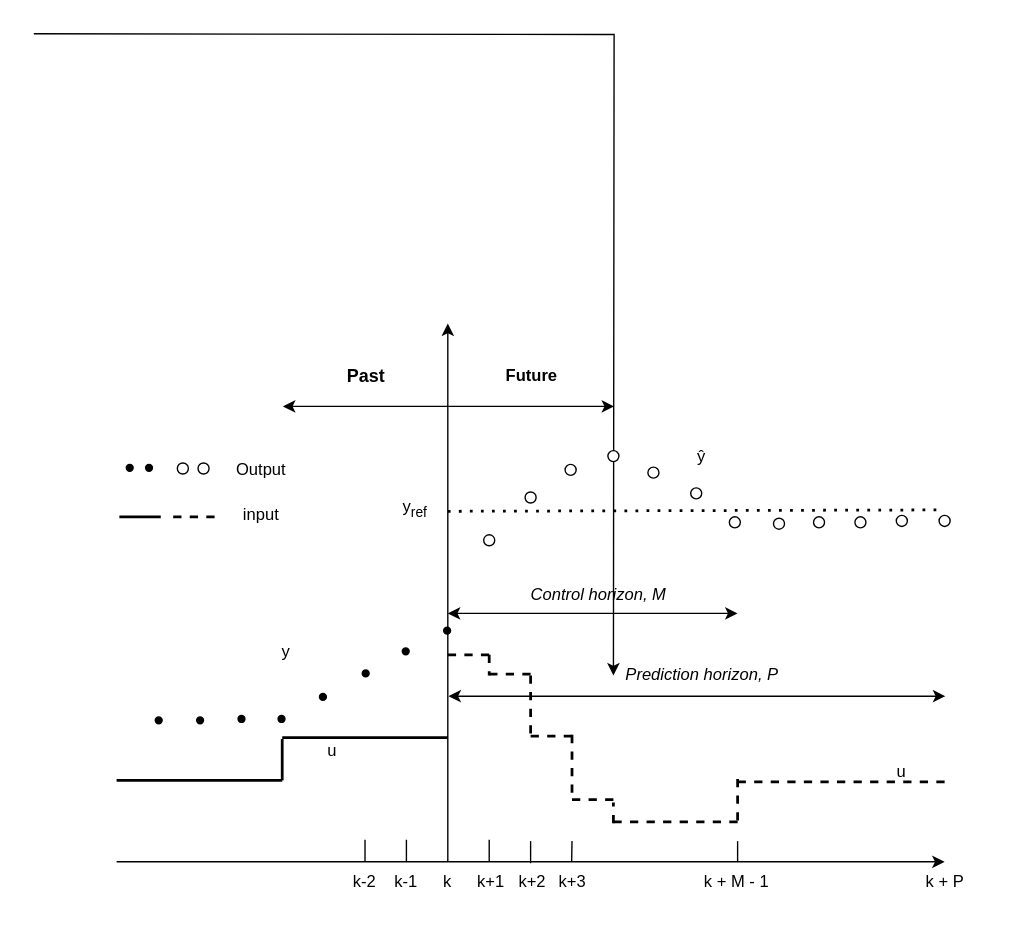
The draw.io diagram fig/mpc_principle.drawio in gotvinne/Light-weight-MPC, before the edit. Source tidied: cells renumbered, new cells numbered last; positions are measured from the earlier drawing's top-left corner, leaving out a move shared by most shapes. Both pictures are drawn from the tidied source at 138%, with x=0, y=0 at pixel (33, 33).
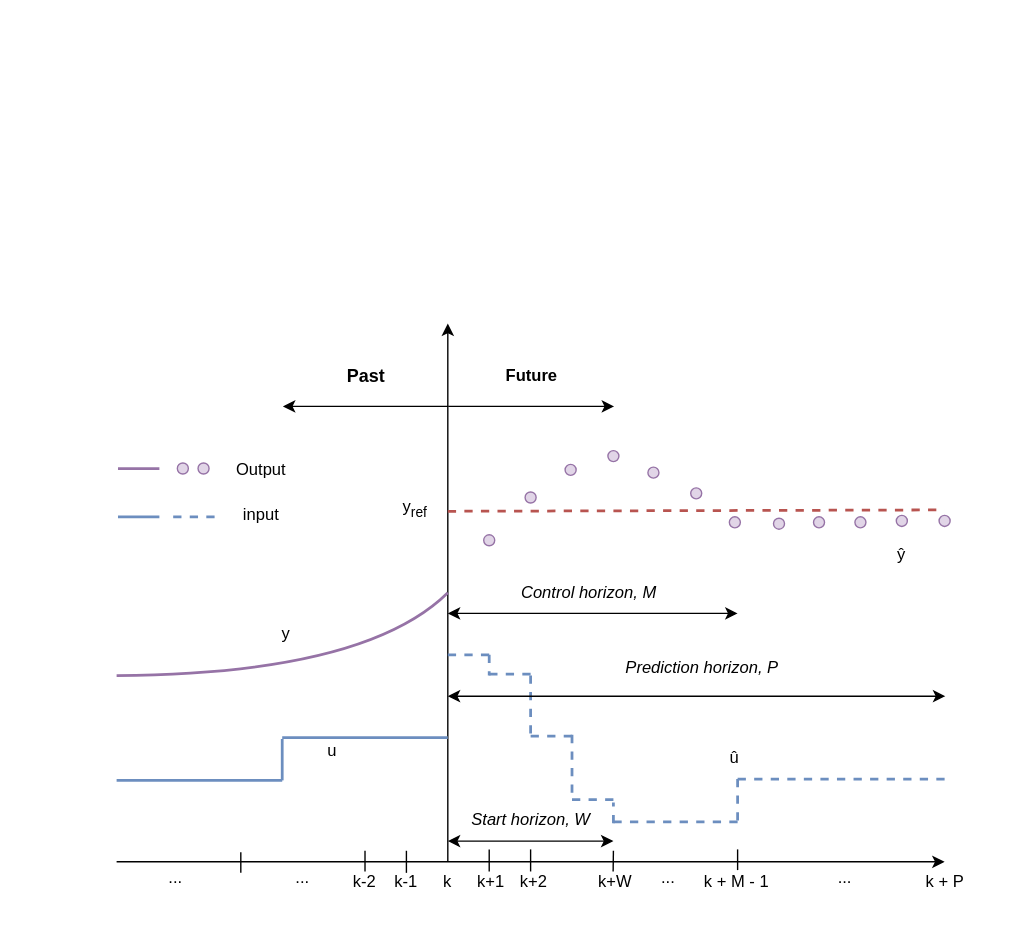
The same diagram, later.

Change to the diagram source:
```diff
@@
     <mxCell id="6" value="k+2" style="text;html=1;align=center;verticalAlign=middle;strokeColor=none;fillColor=none;" parent="1" vertex="1">
-      <mxGeometry x="338" y="600" width="45" height="30" as="geometry" />
+      <mxGeometry x="339" y="600" width="45" height="30" as="geometry" />
     </mxCell>
-    <mxCell id="7" value="k+3" style="text;html=1;align=center;verticalAlign=middle;points=[];strokeColor=none;fillColor=none;" parent="1" vertex="1">
-      <mxGeometry x="367" y="600" width="45" height="30" as="geometry" />
+    <mxCell id="7" value="k+W" style="text;html=1;align=center;verticalAlign=middle;points=[];strokeColor=none;fillColor=none;" parent="1" vertex="1">
+      <mxGeometry x="390.5" y="600" width="60" height="30" as="geometry" />
     </mxCell>
@@
     <mxCell id="10" style="endArrow=none;html=1;rounded=0;exitX=0.467;exitY=0.033;exitDx=0;exitDy=0;exitPerimeter=0;" parent="1" edge="1">
       <mxGeometry relative="1" as="geometry">
-        <mxPoint x="360" y="601" as="sourcePoint" />
-        <mxPoint x="360" y="585" as="targetPoint" />
+        <mxPoint x="360" y="607" as="sourcePoint" />
+        <mxPoint x="360" y="591" as="targetPoint" />
       </mxGeometry>
     </mxCell>
-    <mxCell id="11" style="endArrow=none;html=1;rounded=0;" parent="1" edge="1" source="7">
+    <mxCell id="11" style="endArrow=none;html=1;rounded=0;" parent="1" edge="1">
       <mxGeometry relative="1" as="geometry">
-        <mxPoint x="390" y="585" as="targetPoint" />
+        <mxPoint x="419.8" y="607" as="sourcePoint" />
+        <mxPoint x="420" y="592" as="targetPoint" />
       </mxGeometry>
     </mxCell>
     <mxCell id="12" style="endArrow=none;html=1;rounded=0;" parent="1" edge="1">
       <mxGeometry relative="1" as="geometry">
-        <mxPoint x="510" y="600" as="sourcePoint" />
-        <mxPoint x="510" y="585" as="targetPoint" />
+        <mxPoint x="510" y="606" as="sourcePoint" />
+        <mxPoint x="510" y="591" as="targetPoint" />
       </mxGeometry>
     </mxCell>
-    <mxCell id="13" style="endArrow=none;dashed=1;html=1;dashPattern=1 3;strokeWidth=2;rounded=0;" parent="1" edge="1">
+    <mxCell id="13" style="endArrow=none;dashed=1;html=1;strokeWidth=2;rounded=0;fillColor=#f8cecc;strokeColor=#b85450;" parent="1" edge="1">
       <mxGeometry relative="1" as="geometry">
         <mxPoint x="300" y="346" as="sourcePoint" />
         <mxPoint x="660" y="345" as="targetPoint" />
       </mxGeometry>
     </mxCell>
-    <mxCell id="14" style="edgeStyle=orthogonalEdgeStyle;rounded=0;orthogonalLoop=1;jettySize=auto;html=1;exitX=0;exitY=0;exitDx=0;exitDy=0;" parent="1" edge="1">
-      <mxGeometry relative="1" as="geometry">
-        <mxPoint as="sourcePoint" />
-        <mxPoint x="420" y="465" as="targetPoint" />
-      </mxGeometry>
-    </mxCell>
-    <mxCell id="15" style="ellipse;whiteSpace=wrap;html=1;fillColor=#000000;" parent="1" vertex="1">
-      <mxGeometry x="267" y="445" width="5" height="5" as="geometry" />
-    </mxCell>
-    <mxCell id="16" style="ellipse;whiteSpace=wrap;html=1;" parent="1" vertex="1">
+    <mxCell id="16" style="ellipse;whiteSpace=wrap;html=1;fillColor=#e1d5e7;strokeColor=#9673a6;" parent="1" vertex="1">
       <mxGeometry x="326" y="363" width="8" height="8" as="geometry" />
     </mxCell>
-    <mxCell id="17" style="ellipse;whiteSpace=wrap;html=1;" parent="1" vertex="1">
+    <mxCell id="17" style="ellipse;whiteSpace=wrap;html=1;fillColor=#e1d5e7;strokeColor=#9673a6;" parent="1" vertex="1">
       <mxGeometry x="356" y="332" width="8" height="8" as="geometry" />
     </mxCell>
-    <mxCell id="18" style="ellipse;whiteSpace=wrap;html=1;" parent="1" vertex="1">
+    <mxCell id="18" style="ellipse;whiteSpace=wrap;html=1;fillColor=#e1d5e7;strokeColor=#9673a6;" parent="1" vertex="1">
       <mxGeometry x="385" y="312" width="8" height="8" as="geometry" />
     </mxCell>
-    <mxCell id="19" style="ellipse;whiteSpace=wrap;html=1;fillColor=#000000;" parent="1" vertex="1">
-      <mxGeometry x="238" y="461" width="5" height="5" as="geometry" />
-    </mxCell>
-    <mxCell id="20" style="ellipse;whiteSpace=wrap;html=1;fillColor=#000000;" parent="1" vertex="1">
-      <mxGeometry x="88" y="495" width="5" height="5" as="geometry" />
-    </mxCell>
-    <mxCell id="21" style="ellipse;whiteSpace=wrap;html=1;fillColor=#000000;" parent="1" vertex="1">
-      <mxGeometry x="118" y="495" width="5" height="5" as="geometry" />
-    </mxCell>
-    <mxCell id="22" style="ellipse;whiteSpace=wrap;html=1;fillColor=#000000;" parent="1" vertex="1">
-      <mxGeometry x="148" y="494" width="5" height="5" as="geometry" />
-    </mxCell>
-    <mxCell id="23" style="ellipse;whiteSpace=wrap;html=1;fillColor=#000000;" parent="1" vertex="1">
-      <mxGeometry x="297" y="430" width="5" height="5" as="geometry" />
-    </mxCell>
-    <mxCell id="24" style="ellipse;whiteSpace=wrap;html=1;fillColor=#000000;" parent="1" vertex="1">
-      <mxGeometry x="177" y="494" width="5" height="5" as="geometry" />
-    </mxCell>
-    <mxCell id="25" style="ellipse;whiteSpace=wrap;html=1;fillColor=#000000;" parent="1" vertex="1">
-      <mxGeometry x="207" y="478" width="5" height="5" as="geometry" />
-    </mxCell>
-    <mxCell id="26" style="ellipse;whiteSpace=wrap;html=1;" parent="1" vertex="1">
+    <mxCell id="26" style="ellipse;whiteSpace=wrap;html=1;fillColor=#e1d5e7;strokeColor=#9673a6;" parent="1" vertex="1">
       <mxGeometry x="416" y="302" width="8" height="8" as="geometry" />
     </mxCell>
-    <mxCell id="27" style="ellipse;whiteSpace=wrap;html=1;" parent="1" vertex="1">
+    <mxCell id="27" style="ellipse;whiteSpace=wrap;html=1;fillColor=#e1d5e7;strokeColor=#9673a6;" parent="1" vertex="1">
       <mxGeometry x="445" y="314" width="8" height="8" as="geometry" />
     </mxCell>
-    <mxCell id="28" style="ellipse;whiteSpace=wrap;html=1;" parent="1" vertex="1">
+    <mxCell id="28" style="ellipse;whiteSpace=wrap;html=1;fillColor=#e1d5e7;strokeColor=#9673a6;" parent="1" vertex="1">
       <mxGeometry x="476" y="329" width="8" height="8" as="geometry" />
     </mxCell>
-    <mxCell id="29" style="ellipse;whiteSpace=wrap;html=1;" parent="1" vertex="1">
+    <mxCell id="29" style="ellipse;whiteSpace=wrap;html=1;fillColor=#e1d5e7;strokeColor=#9673a6;" parent="1" vertex="1">
       <mxGeometry x="504" y="350" width="8" height="8" as="geometry" />
     </mxCell>
-    <mxCell id="30" style="ellipse;whiteSpace=wrap;html=1;" parent="1" vertex="1">
+    <mxCell id="30" style="ellipse;whiteSpace=wrap;html=1;fillColor=#e1d5e7;strokeColor=#9673a6;" parent="1" vertex="1">
       <mxGeometry x="536" y="351" width="8" height="8" as="geometry" />
     </mxCell>
-    <mxCell id="31" style="ellipse;whiteSpace=wrap;html=1;" parent="1" vertex="1">
+    <mxCell id="31" style="ellipse;whiteSpace=wrap;html=1;fillColor=#e1d5e7;strokeColor=#9673a6;" parent="1" vertex="1">
       <mxGeometry x="565" y="350" width="8" height="8" as="geometry" />
     </mxCell>
-    <mxCell id="32" style="endArrow=none;html=1;rounded=0;strokeWidth=2;" parent="1" edge="1">
+    <mxCell id="32" style="endArrow=none;html=1;rounded=0;strokeWidth=2;fillColor=#dae8fc;strokeColor=#6c8ebf;" parent="1" edge="1">
       <mxGeometry relative="1" as="geometry">
         <mxPoint x="60" y="541" as="sourcePoint" />
         <mxPoint x="180" y="541" as="targetPoint" />
       </mxGeometry>
     </mxCell>
-    <mxCell id="33" style="endArrow=none;html=1;rounded=0;strokeWidth=2;" parent="1" edge="1">
+    <mxCell id="33" style="endArrow=none;html=1;rounded=0;strokeWidth=2;fillColor=#dae8fc;strokeColor=#6c8ebf;" parent="1" edge="1">
       <mxGeometry relative="1" as="geometry">
         <mxPoint x="180" y="541" as="sourcePoint" />
         <mxPoint x="180" y="511" as="targetPoint" />
       </mxGeometry>
     </mxCell>
-    <mxCell id="34" style="endArrow=none;html=1;rounded=0;strokeWidth=2;" parent="1" edge="1">
+    <mxCell id="34" style="endArrow=none;html=1;rounded=0;strokeWidth=2;fillColor=#dae8fc;strokeColor=#6c8ebf;" parent="1" edge="1">
       <mxGeometry relative="1" as="geometry">
         <mxPoint x="180" y="510" as="sourcePoint" />
         <mxPoint x="300" y="510" as="targetPoint" />
       </mxGeometry>
     </mxCell>
-    <mxCell id="35" style="ellipse;whiteSpace=wrap;html=1;" parent="1" vertex="1">
+    <mxCell id="35" style="ellipse;whiteSpace=wrap;html=1;fillColor=#e1d5e7;strokeColor=#9673a6;" parent="1" vertex="1">
       <mxGeometry x="595" y="350" width="8" height="8" as="geometry" />
     </mxCell>
-    <mxCell id="36" style="ellipse;whiteSpace=wrap;html=1;" parent="1" vertex="1">
+    <mxCell id="36" style="ellipse;whiteSpace=wrap;html=1;fillColor=#e1d5e7;strokeColor=#9673a6;" parent="1" vertex="1">
       <mxGeometry x="625" y="349" width="8" height="8" as="geometry" />
     </mxCell>
-    <mxCell id="37" style="ellipse;whiteSpace=wrap;html=1;" parent="1" vertex="1">
+    <mxCell id="37" style="ellipse;whiteSpace=wrap;html=1;fillColor=#e1d5e7;strokeColor=#9673a6;" parent="1" vertex="1">
       <mxGeometry x="656" y="349" width="8" height="8" as="geometry" />
     </mxCell>
-    <mxCell id="38" style="endArrow=none;dashed=1;html=1;rounded=0;strokeWidth=2;" parent="1" edge="1">
+    <mxCell id="38" style="endArrow=none;dashed=1;html=1;rounded=0;strokeWidth=2;fillColor=#dae8fc;strokeColor=#6c8ebf;" parent="1" edge="1">
       <mxGeometry relative="1" as="geometry">
-        <mxPoint x="510" y="542" as="sourcePoint" />
-        <mxPoint x="660" y="542" as="targetPoint" />
+        <mxPoint x="510" y="540" as="sourcePoint" />
+        <mxPoint x="660" y="540" as="targetPoint" />
       </mxGeometry>
     </mxCell>
-    <mxCell id="39" style="endArrow=none;dashed=1;html=1;rounded=0;strokeWidth=2;" parent="1" edge="1">
+    <mxCell id="39" style="endArrow=none;dashed=1;html=1;rounded=0;strokeWidth=2;fillColor=#dae8fc;strokeColor=#6c8ebf;" parent="1" edge="1">
       <mxGeometry relative="1" as="geometry">
         <mxPoint x="300" y="450" as="sourcePoint" />
         <mxPoint x="330" y="450" as="targetPoint" />
       </mxGeometry>
     </mxCell>
-    <mxCell id="40" style="endArrow=none;dashed=1;html=1;rounded=0;strokeWidth=2;" parent="1" edge="1">
+    <mxCell id="40" style="endArrow=none;dashed=1;html=1;rounded=0;strokeWidth=2;fillColor=#dae8fc;strokeColor=#6c8ebf;" parent="1" edge="1">
       <mxGeometry relative="1" as="geometry">
         <mxPoint x="330" y="464" as="sourcePoint" />
         <mxPoint x="360" y="464" as="targetPoint" />
       </mxGeometry>
     </mxCell>
-    <mxCell id="41" style="endArrow=none;dashed=1;html=1;rounded=0;strokeWidth=2;" parent="1" edge="1">
+    <mxCell id="41" style="endArrow=none;dashed=1;html=1;rounded=0;strokeWidth=2;fillColor=#dae8fc;strokeColor=#6c8ebf;" parent="1" edge="1">
       <mxGeometry relative="1" as="geometry">
         <mxPoint x="360" y="509" as="sourcePoint" />
         <mxPoint x="390" y="509" as="targetPoint" />
       </mxGeometry>
     </mxCell>
-    <mxCell id="42" style="endArrow=none;dashed=1;html=1;rounded=0;strokeWidth=2;" parent="1" edge="1">
+    <mxCell id="42" style="endArrow=none;dashed=1;html=1;rounded=0;strokeWidth=2;fillColor=#dae8fc;strokeColor=#6c8ebf;" parent="1" edge="1">
       <mxGeometry relative="1" as="geometry">
         <mxPoint x="390" y="555" as="sourcePoint" />
         <mxPoint x="420" y="555" as="targetPoint" />
       </mxGeometry>
     </mxCell>
-    <mxCell id="43" style="endArrow=none;dashed=1;html=1;rounded=0;strokeWidth=2;" parent="1" edge="1">
+    <mxCell id="43" style="endArrow=none;dashed=1;html=1;rounded=0;strokeWidth=2;fillColor=#dae8fc;strokeColor=#6c8ebf;" parent="1" edge="1">
       <mxGeometry relative="1" as="geometry">
         <mxPoint x="420" y="571" as="sourcePoint" />
         <mxPoint x="510" y="571" as="targetPoint" />
       </mxGeometry>
     </mxCell>
-    <mxCell id="44" style="endArrow=none;dashed=1;html=1;rounded=0;strokeWidth=2;" parent="1" edge="1">
+    <mxCell id="44" style="endArrow=none;dashed=1;html=1;rounded=0;strokeWidth=2;fillColor=#dae8fc;strokeColor=#6c8ebf;" parent="1" edge="1">
       <mxGeometry relative="1" as="geometry">
         <mxPoint x="330" y="450" as="sourcePoint" />
         <mxPoint x="330" y="465" as="targetPoint" />
       </mxGeometry>
     </mxCell>
-    <mxCell id="45" style="endArrow=none;dashed=1;html=1;rounded=0;strokeWidth=2;" parent="1" edge="1">
+    <mxCell id="45" style="endArrow=none;dashed=1;html=1;rounded=0;strokeWidth=2;fillColor=#dae8fc;strokeColor=#6c8ebf;" parent="1" edge="1">
       <mxGeometry relative="1" as="geometry">
         <mxPoint x="360" y="465" as="sourcePoint" />
         <mxPoint x="360" y="509" as="targetPoint" />
       </mxGeometry>
     </mxCell>
-    <mxCell id="46" style="endArrow=none;dashed=1;html=1;rounded=0;strokeWidth=2;" parent="1" edge="1">
+    <mxCell id="46" style="endArrow=none;dashed=1;html=1;rounded=0;strokeWidth=2;fillColor=#dae8fc;strokeColor=#6c8ebf;" parent="1" edge="1">
       <mxGeometry relative="1" as="geometry">
         <mxPoint x="390" y="508" as="sourcePoint" />
         <mxPoint x="390" y="555" as="targetPoint" />
       </mxGeometry>
     </mxCell>
-    <mxCell id="47" style="endArrow=none;dashed=1;html=1;rounded=0;strokeWidth=2;" parent="1" edge="1">
+    <mxCell id="47" style="endArrow=none;dashed=1;html=1;rounded=0;strokeWidth=2;fillColor=#dae8fc;strokeColor=#6c8ebf;" parent="1" edge="1">
       <mxGeometry relative="1" as="geometry">
         <mxPoint x="510" y="540" as="sourcePoint" />
         <mxPoint x="510" y="570" as="targetPoint" />
       </mxGeometry>
     </mxCell>
     <mxCell id="48" style="endArrow=none;html=1;rounded=0;exitX=0.467;exitY=0.033;exitDx=0;exitDy=0;exitPerimeter=0;" parent="1" edge="1">
       <mxGeometry relative="1" as="geometry">
-        <mxPoint x="330" y="600" as="sourcePoint" />
-        <mxPoint x="330" y="584" as="targetPoint" />
+        <mxPoint x="330" y="607" as="sourcePoint" />
+        <mxPoint x="330" y="591" as="targetPoint" />
       </mxGeometry>
     </mxCell>
-    <mxCell id="49" style="endArrow=none;dashed=1;html=1;rounded=0;strokeWidth=2;" parent="1" edge="1">
+    <mxCell id="49" style="endArrow=none;dashed=1;html=1;rounded=0;strokeWidth=2;fillColor=#dae8fc;strokeColor=#6c8ebf;" parent="1" edge="1">
       <mxGeometry relative="1" as="geometry">
         <mxPoint x="420" y="572" as="sourcePoint" />
         <mxPoint x="420" y="557" as="targetPoint" />
       </mxGeometry>
     </mxCell>
@@
     <mxCell id="51" value="&lt;i&gt;Control horizon, M&lt;/i&gt;" style="text;html=1;align=center;verticalAlign=middle;strokeColor=none;fillColor=none;" parent="1" vertex="1">
-      <mxGeometry x="341" y="392" width="135" height="30" as="geometry" />
+      <mxGeometry x="334" y="390" width="135" height="30" as="geometry" />
     </mxCell>
     <mxCell id="52" style="endArrow=classic;startArrow=classic;html=1;rounded=0;" parent="1" edge="1">
       <mxGeometry relative="1" as="geometry">
-        <mxPoint x="300.5" y="480" as="sourcePoint" />
+        <mxPoint x="300" y="480" as="sourcePoint" />
         <mxPoint x="660.5" y="480" as="targetPoint" />
       </mxGeometry>
     </mxCell>
     <mxCell id="53" value="&lt;i&gt;Prediction horizon, P&lt;/i&gt;" style="text;html=1;align=center;verticalAlign=middle;strokeColor=none;fillColor=none;" parent="1" vertex="1">
-      <mxGeometry x="416" y="450" width="135" height="30" as="geometry" />
+      <mxGeometry x="416" y="445" width="135" height="30" as="geometry" />
     </mxCell>
     <mxCell id="54" style="endArrow=none;html=1;rounded=0;exitX=0.467;exitY=0.033;exitDx=0;exitDy=0;exitPerimeter=0;" parent="1" edge="1">
       <mxGeometry relative="1" as="geometry">
-        <mxPoint x="270" y="600" as="sourcePoint" />
-        <mxPoint x="270" y="584" as="targetPoint" />
+        <mxPoint x="270" y="608" as="sourcePoint" />
+        <mxPoint x="270" y="592" as="targetPoint" />
       </mxGeometry>
     </mxCell>
     <mxCell id="55" style="endArrow=none;html=1;rounded=0;exitX=0.467;exitY=0.033;exitDx=0;exitDy=0;exitPerimeter=0;" parent="1" edge="1">
       <mxGeometry relative="1" as="geometry">
-        <mxPoint x="240" y="600" as="sourcePoint" />
-        <mxPoint x="240" y="584" as="targetPoint" />
+        <mxPoint x="240" y="607" as="sourcePoint" />
+        <mxPoint x="240" y="592" as="targetPoint" />
       </mxGeometry>
     </mxCell>
@@
-    <mxCell id="58" value="u" style="text;html=1;strokeColor=none;fillColor=none;align=center;verticalAlign=middle;whiteSpace=wrap;rounded=0;" parent="1" vertex="1">
-      <mxGeometry x="599" y="525" width="60" height="20" as="geometry" />
+    <mxCell id="58" value="û" style="text;html=1;strokeColor=none;fillColor=none;align=center;verticalAlign=middle;whiteSpace=wrap;rounded=0;" parent="1" vertex="1">
+      <mxGeometry x="478" y="515" width="60" height="20" as="geometry" />
     </mxCell>
@@
     <mxCell id="64" value="y" style="text;html=1;strokeColor=none;fillColor=none;align=center;verticalAlign=middle;whiteSpace=wrap;rounded=0;" parent="1" vertex="1">
-      <mxGeometry x="153" y="432.5" width="60" height="30" as="geometry" />
+      <mxGeometry x="153" y="419.5" width="60" height="30" as="geometry" />
     </mxCell>
     <mxCell id="65" value="ŷ" style="text;html=1;strokeColor=none;fillColor=none;align=center;verticalAlign=middle;whiteSpace=wrap;rounded=0;" parent="1" vertex="1">
-      <mxGeometry x="453.5" y="292" width="60" height="30" as="geometry" />
+      <mxGeometry x="599" y="363" width="60" height="30" as="geometry" />
     </mxCell>
@@
-    <mxCell id="67" style="ellipse;whiteSpace=wrap;html=1;fillColor=#000000;" parent="1" vertex="1">
-      <mxGeometry x="67" y="312" width="5" height="5" as="geometry" />
-    </mxCell>
-    <mxCell id="68" style="ellipse;whiteSpace=wrap;html=1;fillColor=#000000;" parent="1" vertex="1">
-      <mxGeometry x="81" y="312" width="5" height="5" as="geometry" />
-    </mxCell>
-    <mxCell id="69" style="ellipse;whiteSpace=wrap;html=1;" parent="1" vertex="1">
+    <mxCell id="69" style="ellipse;whiteSpace=wrap;html=1;fillColor=#e1d5e7;strokeColor=#9673a6;" parent="1" vertex="1">
       <mxGeometry x="104" y="311" width="8" height="8" as="geometry" />
     </mxCell>
-    <mxCell id="70" style="ellipse;whiteSpace=wrap;html=1;" parent="1" vertex="1">
+    <mxCell id="70" style="ellipse;whiteSpace=wrap;html=1;fillColor=#e1d5e7;strokeColor=#9673a6;" parent="1" vertex="1">
       <mxGeometry x="119" y="311" width="8" height="8" as="geometry" />
     </mxCell>
@@
-    <mxCell id="72" style="endArrow=none;html=1;rounded=0;strokeWidth=2;" parent="1" edge="1">
+    <mxCell id="72" style="endArrow=none;html=1;rounded=0;strokeWidth=2;fillColor=#dae8fc;strokeColor=#6c8ebf;" parent="1" edge="1">
       <mxGeometry relative="1" as="geometry">
-        <mxPoint x="62" y="350" as="sourcePoint" />
-        <mxPoint x="92" y="350" as="targetPoint" />
+        <mxPoint x="61" y="350" as="sourcePoint" />
+        <mxPoint x="91" y="350" as="targetPoint" />
       </mxGeometry>
     </mxCell>
-    <mxCell id="73" style="endArrow=none;dashed=1;html=1;rounded=0;strokeWidth=2;" parent="1" edge="1">
+    <mxCell id="73" style="endArrow=none;dashed=1;html=1;rounded=0;strokeWidth=2;fillColor=#dae8fc;strokeColor=#6c8ebf;" parent="1" edge="1">
       <mxGeometry relative="1" as="geometry">
         <mxPoint x="101" y="350" as="sourcePoint" />
         <mxPoint x="137" y="350" as="targetPoint" />
       </mxGeometry>
     </mxCell>
@@
+    <mxCell id="75" style="endArrow=classic;startArrow=classic;html=1;rounded=0;" parent="1" edge="1">
+      <mxGeometry relative="1" as="geometry">
+        <mxPoint x="300" y="585" as="sourcePoint" />
+        <mxPoint x="420" y="585" as="targetPoint" />
+      </mxGeometry>
+    </mxCell>
+    <mxCell id="76" value="&lt;i&gt;Start horizon, W&lt;br&gt;&lt;/i&gt;" style="text;html=1;align=center;verticalAlign=middle;strokeColor=none;fillColor=none;" parent="1" vertex="1">
+      <mxGeometry x="300" y="555" width="120" height="30" as="geometry" />
+    </mxCell>
+    <mxCell id="77" style="endArrow=none;html=1;curved=1;fillColor=#e1d5e7;strokeColor=#9673a6;strokeWidth=2;" parent="1" edge="1">
+      <mxGeometry relative="1" as="geometry">
+        <mxPoint x="60" y="465" as="sourcePoint" />
+        <mxPoint x="300" y="405" as="targetPoint" />
+        <Array as="points">
+          <mxPoint x="240" y="464" />
+        </Array>
+      </mxGeometry>
+    </mxCell>
+    <mxCell id="78" style="endArrow=none;html=1;rounded=0;strokeWidth=2;fillColor=#e1d5e7;strokeColor=#9673a6;" parent="1" edge="1">
+      <mxGeometry relative="1" as="geometry">
+        <mxPoint x="61" y="315" as="sourcePoint" />
+        <mxPoint x="91" y="315" as="targetPoint" />
+      </mxGeometry>
+    </mxCell>
+    <mxCell id="79" style="endArrow=none;html=1;rounded=0;exitX=0.467;exitY=0.033;exitDx=0;exitDy=0;exitPerimeter=0;" parent="1" edge="1">
+      <mxGeometry relative="1" as="geometry">
+        <mxPoint x="150" y="608" as="sourcePoint" />
+        <mxPoint x="150" y="593" as="targetPoint" />
+      </mxGeometry>
+    </mxCell>
+    <mxCell id="80" value="..." style="text;html=1;strokeColor=none;fillColor=none;align=center;verticalAlign=middle;whiteSpace=wrap;rounded=0;" parent="1" vertex="1">
+      <mxGeometry x="165" y="597" width="60" height="30" as="geometry" />
+    </mxCell>
+    <mxCell id="81" value="..." style="text;html=1;strokeColor=none;fillColor=none;align=center;verticalAlign=middle;whiteSpace=wrap;rounded=0;" parent="1" vertex="1">
+      <mxGeometry x="73" y="597" width="60" height="30" as="geometry" />
+    </mxCell>
+    <mxCell id="82" value="..." style="text;html=1;strokeColor=none;fillColor=none;align=center;verticalAlign=middle;whiteSpace=wrap;rounded=0;" parent="1" vertex="1">
+      <mxGeometry x="558" y="597" width="60" height="30" as="geometry" />
+    </mxCell>
+    <mxCell id="83" value="..." style="text;html=1;strokeColor=none;fillColor=none;align=center;verticalAlign=middle;whiteSpace=wrap;rounded=0;" parent="1" vertex="1">
+      <mxGeometry x="430" y="597" width="60" height="30" as="geometry" />
+    </mxCell>
```
